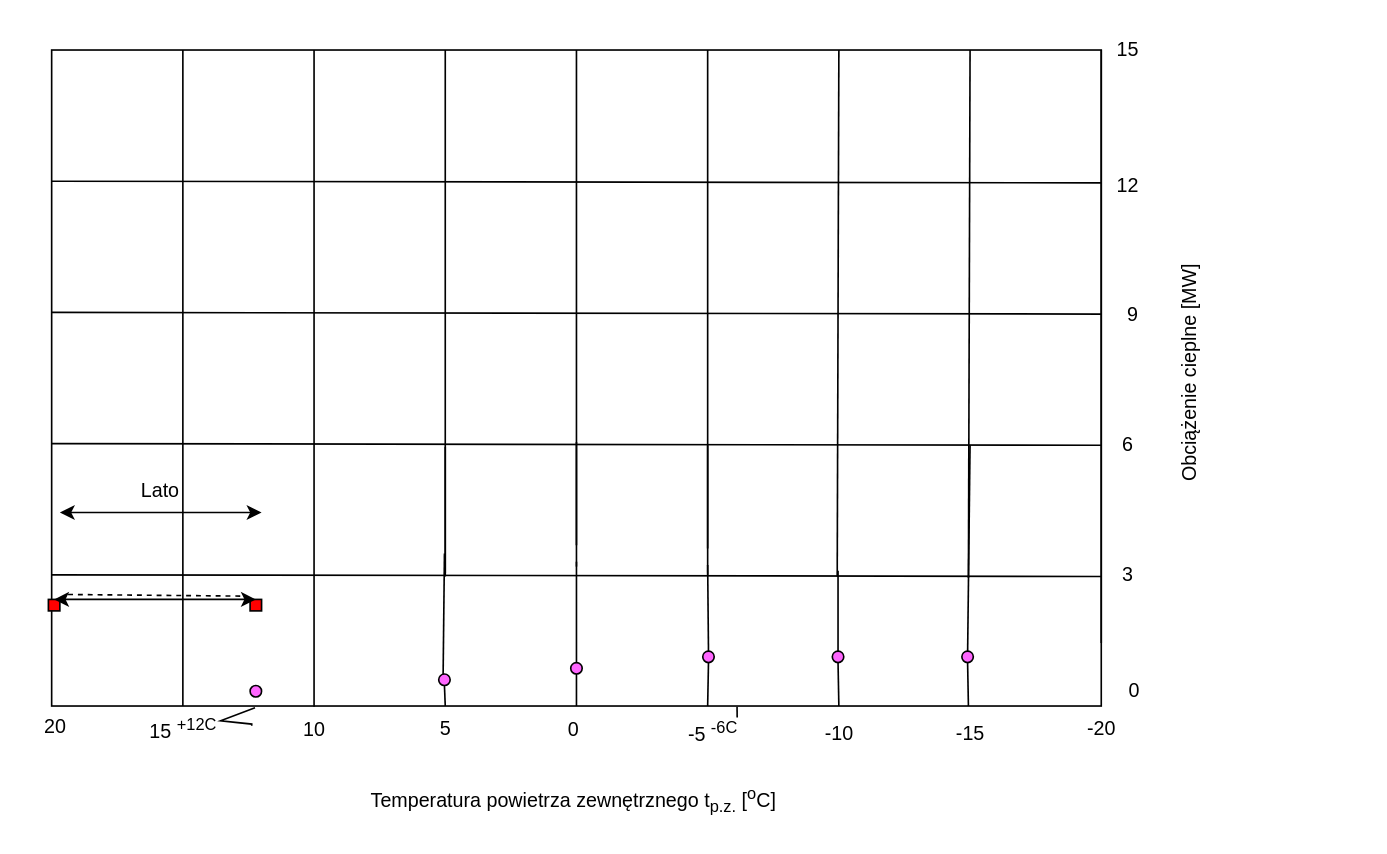
The draw.io diagram Cieplownictwo.drawio in Xeraoo/Diagrams_for_studying, before the edit. Source tidied: cells renumbered, new cells numbered last; positions are measured from the earlier drawing's top-left corner, leaving out a move shared by most shapes. Both pictures are drawn from the tidied source at 164%, with x=0, y=0 at pixel (28, 28).
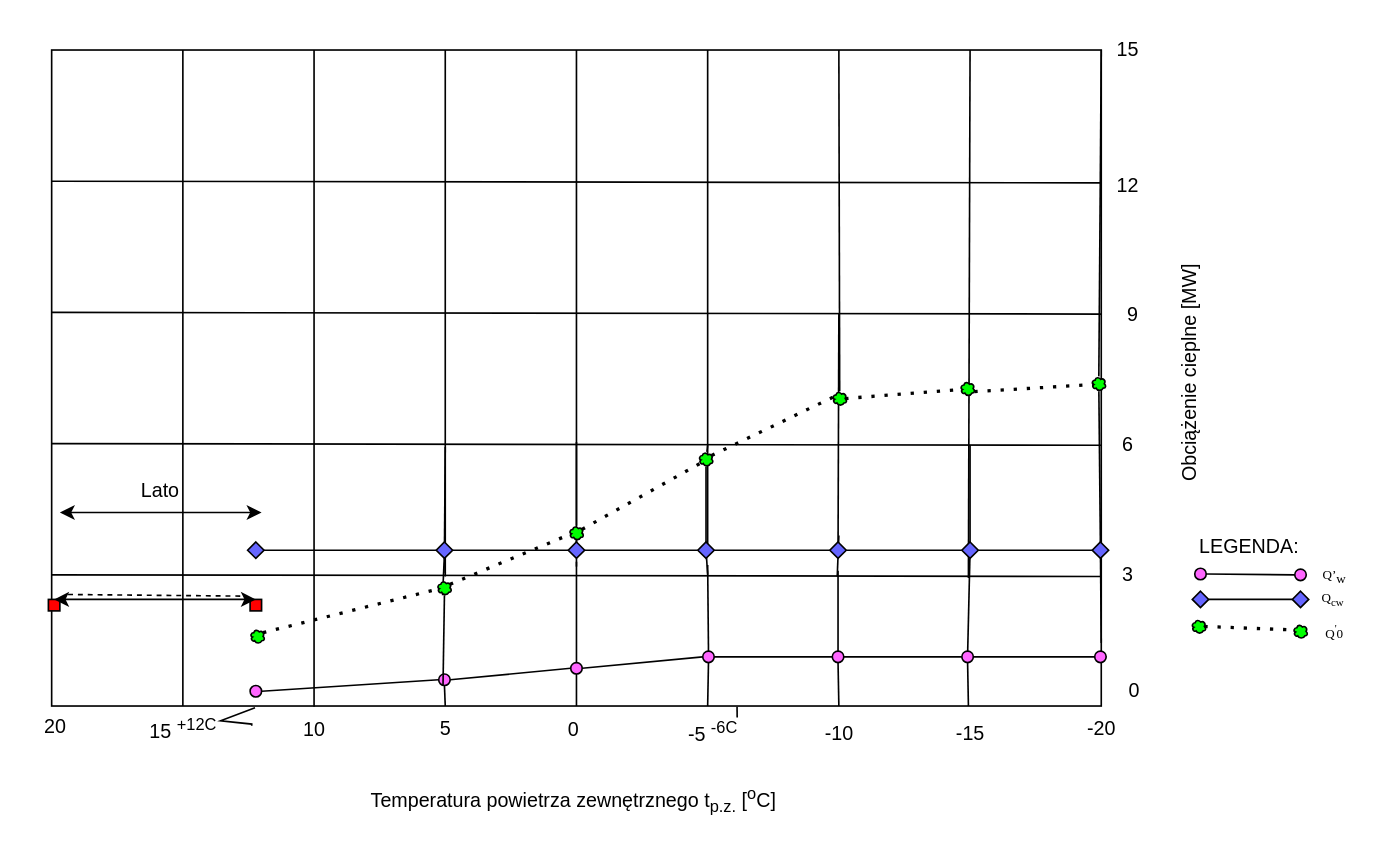
Above is the later version.

Unchanged cells that the change refers to:
```xml
<mxCell id="34" style="ellipse;whiteSpace=wrap;html=1;fillColor=#FF66FF;" parent="1" vertex="1">
  <mxGeometry x="135" y="400.5" width="7" height="7" as="geometry" />
</mxCell>
<mxCell id="44" style="ellipse;whiteSpace=wrap;html=1;fillColor=#FF66FF;" parent="1" vertex="1">
  <mxGeometry x="250" y="393.5" width="7" height="7" as="geometry" />
</mxCell>
<mxCell id="46" style="ellipse;whiteSpace=wrap;html=1;fillColor=#FF66FF;" parent="1" vertex="1">
  <mxGeometry x="330.5" y="386.5" width="7" height="7" as="geometry" />
</mxCell>
<mxCell id="48" style="ellipse;whiteSpace=wrap;html=1;fillColor=#FF66FF;" parent="1" vertex="1">
  <mxGeometry x="411" y="379.5" width="7" height="7" as="geometry" />
</mxCell>
<mxCell id="50" style="ellipse;whiteSpace=wrap;html=1;fillColor=#FF66FF;" parent="1" vertex="1">
  <mxGeometry x="490" y="379.5" width="7" height="7" as="geometry" />
</mxCell>
<mxCell id="52" style="ellipse;whiteSpace=wrap;html=1;fillColor=#FF66FF;" parent="1" vertex="1">
  <mxGeometry x="569" y="379.5" width="7" height="7" as="geometry" />
</mxCell>
```

Change to the diagram source:
```diff
@@
-    <mxCell id="8" style="endArrow=none;html=1;rounded=0;entryX=0.101;entryY=-0.008;entryDx=0;entryDy=0;entryPerimeter=0;" parent="1" edge="1">
+    <mxCell id="8" style="endArrow=none;html=1;rounded=0;entryX=0.101;entryY=-0.008;entryDx=0;entryDy=0;entryPerimeter=0;" parent="1" edge="1" source="102">
       <mxGeometry relative="1" as="geometry">
-        <mxPoint x="493" y="334" as="sourcePoint" />
         <mxPoint x="494" y="13" as="targetPoint" />
       </mxGeometry>
     </mxCell>
@@
-    <mxCell id="10" style="endArrow=none;html=1;rounded=0;" parent="1" edge="1">
+    <mxCell id="10" style="endArrow=none;html=1;rounded=0;" parent="1" edge="1" source="99">
       <mxGeometry relative="1" as="geometry">
-        <mxPoint x="654" y="374.5" as="sourcePoint" />
         <mxPoint x="654" y="13" as="targetPoint" />
       </mxGeometry>
     </mxCell>
@@
-    <mxCell id="35" style="endArrow=none;html=1;rounded=0;" parent="1" edge="1">
+    <mxCell id="35" style="endArrow=none;html=1;rounded=0;" parent="1" edge="1" source="82">
       <mxGeometry relative="1" as="geometry">
-        <mxPoint x="254" y="332" as="sourcePoint" />
         <mxPoint x="254" y="255" as="targetPoint" />
       </mxGeometry>
     </mxCell>
-    <mxCell id="36" style="endArrow=none;html=1;rounded=0;" parent="1" edge="1">
+    <mxCell id="36" style="endArrow=none;html=1;rounded=0;" parent="1" edge="1" source="106">
       <mxGeometry relative="1" as="geometry">
-        <mxPoint x="334" y="328" as="sourcePoint" />
         <mxPoint x="334" y="252" as="targetPoint" />
       </mxGeometry>
     </mxCell>
-    <mxCell id="37" style="endArrow=none;html=1;rounded=0;" parent="1" edge="1">
+    <mxCell id="37" style="endArrow=none;html=1;rounded=0;" parent="1" edge="1" source="104">
       <mxGeometry relative="1" as="geometry">
-        <mxPoint x="414" y="333" as="sourcePoint" />
         <mxPoint x="414" y="254" as="targetPoint" />
       </mxGeometry>
     </mxCell>
-    <mxCell id="38" style="endArrow=none;html=1;rounded=0;" parent="1" edge="1" source="52">
+    <mxCell id="38" style="endArrow=none;html=1;rounded=0;" parent="1" edge="1" source="74">
       <mxGeometry relative="1" as="geometry">
         <mxPoint x="574" y="254" as="targetPoint" />
       </mxGeometry>
     </mxCell>
-    <mxCell id="39" style="endArrow=none;html=1;rounded=0;exitX=0.375;exitY=1;exitDx=0;exitDy=0;exitPerimeter=0;" parent="1" edge="1" source="44">
+    <mxCell id="39" style="endArrow=none;html=1;rounded=0;exitX=0.375;exitY=1;exitDx=0;exitDy=0;exitPerimeter=0;" parent="1" edge="1" source="108">
       <mxGeometry relative="1" as="geometry">
         <mxPoint x="253.5" y="320" as="targetPoint" />
       </mxGeometry>
     </mxCell>
@@
+    <mxCell id="59" style="endArrow=none;html=1;rounded=0;exitX=1;exitY=0.5;exitDx=0;exitDy=0;entryX=0;entryY=0.5;entryDx=0;entryDy=0;" parent="1" edge="1" source="34" target="44">
+      <mxGeometry relative="1" as="geometry" />
+    </mxCell>
+    <mxCell id="60" style="endArrow=none;html=1;rounded=0;exitX=1;exitY=0.5;exitDx=0;exitDy=0;entryX=0;entryY=0.5;entryDx=0;entryDy=0;" parent="1" edge="1" source="44" target="46">
+      <mxGeometry relative="1" as="geometry" />
+    </mxCell>
+    <mxCell id="61" style="endArrow=none;html=1;rounded=0;exitX=1;exitY=0.5;exitDx=0;exitDy=0;entryX=0;entryY=0.5;entryDx=0;entryDy=0;" parent="1" edge="1" source="46" target="48">
+      <mxGeometry relative="1" as="geometry" />
+    </mxCell>
+    <mxCell id="62" style="endArrow=none;html=1;rounded=0;exitX=1;exitY=0.5;exitDx=0;exitDy=0;entryX=0;entryY=0.5;entryDx=0;entryDy=0;" parent="1" edge="1" source="48" target="50">
+      <mxGeometry relative="1" as="geometry" />
+    </mxCell>
+    <mxCell id="63" style="ellipse;whiteSpace=wrap;html=1;fillColor=#FF66FF;" parent="1" vertex="1">
+      <mxGeometry x="650" y="379.5" width="7" height="7" as="geometry" />
+    </mxCell>
+    <mxCell id="64" style="endArrow=none;html=1;rounded=0;exitX=1;exitY=0.5;exitDx=0;exitDy=0;entryX=0;entryY=0.5;entryDx=0;entryDy=0;" parent="1" edge="1" source="50" target="52">
+      <mxGeometry relative="1" as="geometry" />
+    </mxCell>
+    <mxCell id="65" style="endArrow=none;html=1;rounded=0;exitX=1;exitY=0.5;exitDx=0;exitDy=0;entryX=0;entryY=0.5;entryDx=0;entryDy=0;" parent="1" edge="1" source="52" target="63">
+      <mxGeometry relative="1" as="geometry" />
+    </mxCell>
+    <mxCell id="66" value="LEGENDA:" style="text;html=1;align=center;verticalAlign=middle;strokeColor=none;fillColor=none;" parent="1" vertex="1">
+      <mxGeometry x="704" y="303" width="79" height="26" as="geometry" />
+    </mxCell>
+    <mxCell id="67" style="ellipse;whiteSpace=wrap;html=1;fillColor=#FF66FF;" parent="1" vertex="1">
+      <mxGeometry x="711" y="329" width="7" height="7" as="geometry" />
+    </mxCell>
+    <mxCell id="68" style="ellipse;whiteSpace=wrap;html=1;fillColor=#FF66FF;" parent="1" vertex="1">
+      <mxGeometry x="772" y="329.5" width="7" height="7" as="geometry" />
+    </mxCell>
+    <mxCell id="69" style="endArrow=none;html=1;rounded=0;exitX=1;exitY=0.5;exitDx=0;exitDy=0;entryX=0;entryY=0.5;entryDx=0;entryDy=0;" parent="1" edge="1" source="67" target="68">
+      <mxGeometry relative="1" as="geometry" />
+    </mxCell>
+    <mxCell id="70" value="&lt;span style=&quot;font-size: 8px; font-family: &amp;quot;Times New Roman&amp;quot;; color: rgb(0, 0, 0); background-color: transparent; font-variant-numeric: normal; font-variant-east-asian: normal; font-variant-alternates: normal; vertical-align: baseline; --darkreader-inline-color:#e8e6e3; --darkreader-inline-bgcolor:transparent;&quot;&gt;Q’&lt;/span&gt;&lt;span style=&quot;font-size: 8px; font-family: &amp;quot;Times New Roman&amp;quot;; color: rgb(0, 0, 0); background-color: transparent; font-variant-numeric: normal; font-variant-east-asian: normal; font-variant-alternates: normal; --darkreader-inline-color:#e8e6e3; --darkreader-inline-bgcolor:transparent;&quot;&gt;&lt;sub style=&quot;font-size: 8px;&quot;&gt;w&lt;/sub&gt;&lt;/span&gt;&lt;span id=&quot;docs-internal-guid-cf39cb7c-7fff-1831-65c1-8d7ece0f6080&quot; style=&quot;font-size: 8px;&quot;&gt;&lt;/span&gt;" style="text;html=1;align=center;verticalAlign=middle;strokeColor=none;fillColor=none;fontSize=8;" parent="1" vertex="1">
+      <mxGeometry x="780" y="323" width="32" height="24" as="geometry" />
+    </mxCell>
+    <mxCell id="71" style="endArrow=none;html=1;rounded=0;" parent="1" edge="1" target="72">
+      <mxGeometry relative="1" as="geometry">
+        <mxPoint x="654" y="374.5" as="sourcePoint" />
+      </mxGeometry>
+    </mxCell>
+    <mxCell id="72" style="rhombus;whiteSpace=wrap;html=1;fillColor=#6666FF;" parent="1" vertex="1">
+      <mxGeometry x="648.5" y="313" width="10" height="10" as="geometry" />
+    </mxCell>
+    <mxCell id="73" style="endArrow=none;html=1;rounded=0;" parent="1" edge="1" source="52" target="74">
+      <mxGeometry relative="1" as="geometry" />
+    </mxCell>
+    <mxCell id="74" style="rhombus;whiteSpace=wrap;html=1;fillColor=#6666FF;" parent="1" vertex="1">
+      <mxGeometry x="569" y="313" width="10" height="10" as="geometry" />
+    </mxCell>
+    <mxCell id="75" style="endArrow=none;html=1;rounded=0;" parent="1" edge="1">
+      <mxGeometry relative="1" as="geometry">
+        <mxPoint x="493" y="334" as="sourcePoint" />
+        <mxPoint x="494" y="309" as="targetPoint" />
+      </mxGeometry>
+    </mxCell>
+    <mxCell id="76" style="rhombus;whiteSpace=wrap;html=1;fillColor=#6666FF;" parent="1" vertex="1">
+      <mxGeometry x="488.5" y="313" width="10" height="10" as="geometry" />
+    </mxCell>
+    <mxCell id="77" style="endArrow=none;html=1;rounded=0;" parent="1" edge="1" target="78">
+      <mxGeometry relative="1" as="geometry">
+        <mxPoint x="414" y="333" as="sourcePoint" />
+      </mxGeometry>
+    </mxCell>
+    <mxCell id="78" style="rhombus;whiteSpace=wrap;html=1;fillColor=#6666FF;" parent="1" vertex="1">
+      <mxGeometry x="408" y="313" width="10" height="10" as="geometry" />
+    </mxCell>
+    <mxCell id="79" style="endArrow=none;html=1;rounded=0;" parent="1" edge="1" target="80">
+      <mxGeometry relative="1" as="geometry">
+        <mxPoint x="334" y="328" as="sourcePoint" />
+      </mxGeometry>
+    </mxCell>
+    <mxCell id="80" style="rhombus;whiteSpace=wrap;html=1;fillColor=#6666FF;" parent="1" vertex="1">
+      <mxGeometry x="329" y="313" width="10" height="10" as="geometry" />
+    </mxCell>
+    <mxCell id="81" style="endArrow=none;html=1;rounded=0;" parent="1" edge="1" target="82">
+      <mxGeometry relative="1" as="geometry">
+        <mxPoint x="254" y="332" as="sourcePoint" />
+      </mxGeometry>
+    </mxCell>
+    <mxCell id="82" style="rhombus;whiteSpace=wrap;html=1;fillColor=#6666FF;" parent="1" vertex="1">
+      <mxGeometry x="248.5" y="313" width="10" height="10" as="geometry" />
+    </mxCell>
+    <mxCell id="83" style="rhombus;whiteSpace=wrap;html=1;fillColor=#6666FF;" parent="1" vertex="1">
+      <mxGeometry x="133.5" y="313" width="10" height="10" as="geometry" />
+    </mxCell>
+    <mxCell id="84" style="endArrow=none;html=1;rounded=0;exitX=1;exitY=0.5;exitDx=0;exitDy=0;entryX=0;entryY=0.5;entryDx=0;entryDy=0;" parent="1" edge="1" source="83" target="82">
+      <mxGeometry relative="1" as="geometry" />
+    </mxCell>
+    <mxCell id="85" style="endArrow=none;html=1;rounded=0;exitX=1;exitY=0.5;exitDx=0;exitDy=0;entryX=0;entryY=0.5;entryDx=0;entryDy=0;" parent="1" edge="1" source="82" target="80">
+      <mxGeometry relative="1" as="geometry" />
+    </mxCell>
+    <mxCell id="86" style="endArrow=none;html=1;rounded=0;exitX=1;exitY=0.5;exitDx=0;exitDy=0;entryX=0;entryY=0.5;entryDx=0;entryDy=0;" parent="1" edge="1" source="80" target="78">
+      <mxGeometry relative="1" as="geometry" />
+    </mxCell>
+    <mxCell id="87" style="endArrow=none;html=1;rounded=0;exitX=1;exitY=0.5;exitDx=0;exitDy=0;entryX=0;entryY=0.5;entryDx=0;entryDy=0;" parent="1" edge="1" source="78" target="76">
+      <mxGeometry relative="1" as="geometry" />
+    </mxCell>
+    <mxCell id="88" style="endArrow=none;html=1;rounded=0;exitX=1;exitY=0.5;exitDx=0;exitDy=0;entryX=0;entryY=0.5;entryDx=0;entryDy=0;" parent="1" edge="1" source="76" target="74">
+      <mxGeometry relative="1" as="geometry" />
+    </mxCell>
+    <mxCell id="89" style="endArrow=none;html=1;rounded=0;exitX=1;exitY=0.5;exitDx=0;exitDy=0;entryX=0;entryY=0.5;entryDx=0;entryDy=0;" parent="1" edge="1" source="74" target="72">
+      <mxGeometry relative="1" as="geometry" />
+    </mxCell>
+    <mxCell id="90" style="rhombus;whiteSpace=wrap;html=1;fillColor=#6666FF;" parent="1" vertex="1">
+      <mxGeometry x="709.5" y="343" width="10" height="10" as="geometry" />
+    </mxCell>
+    <mxCell id="91" style="rhombus;whiteSpace=wrap;html=1;fillColor=#6666FF;" parent="1" vertex="1">
+      <mxGeometry x="770.5" y="343" width="10" height="10" as="geometry" />
+    </mxCell>
+    <mxCell id="92" style="endArrow=none;html=1;rounded=0;exitX=1;exitY=0.5;exitDx=0;exitDy=0;entryX=0;entryY=0.5;entryDx=0;entryDy=0;" parent="1" edge="1" source="90" target="91">
+      <mxGeometry relative="1" as="geometry" />
+    </mxCell>
+    <mxCell id="93" value="&lt;font face=&quot;Times New Roman&quot;&gt;Q&lt;sub&gt;cw&lt;/sub&gt;&lt;/font&gt;" style="text;html=1;align=center;verticalAlign=middle;strokeColor=none;fillColor=none;fontSize=8;" parent="1" vertex="1">
+      <mxGeometry x="779" y="336" width="32" height="24" as="geometry" />
+    </mxCell>
+    <mxCell id="94" style="ellipse;shape=cloud;whiteSpace=wrap;html=1;fillColor=#00FF00;" parent="1" vertex="1">
+      <mxGeometry x="709" y="360" width="9" height="9" as="geometry" />
+    </mxCell>
+    <mxCell id="95" style="ellipse;shape=cloud;whiteSpace=wrap;html=1;fillColor=#00FF00;" parent="1" vertex="1">
+      <mxGeometry x="771" y="363" width="9" height="9" as="geometry" />
+    </mxCell>
+    <mxCell id="96" style="endArrow=none;dashed=1;html=1;dashPattern=1 3;strokeWidth=2;rounded=0;exitX=0.875;exitY=0.5;exitDx=0;exitDy=0;exitPerimeter=0;entryX=0.07;entryY=0.4;entryDx=0;entryDy=0;entryPerimeter=0;" parent="1" edge="1" source="94" target="95">
+      <mxGeometry relative="1" as="geometry" />
+    </mxCell>
+    <mxCell id="97" value="&lt;font face=&quot;Times New Roman&quot;&gt;Q&lt;sup&gt;'&lt;/sup&gt;0&lt;/font&gt;" style="text;html=1;align=center;verticalAlign=middle;strokeColor=none;fillColor=none;fontSize=8;" parent="1" vertex="1">
+      <mxGeometry x="781" y="355.5" width="29" height="24" as="geometry" />
+    </mxCell>
+    <mxCell id="98" style="endArrow=none;html=1;rounded=0;" parent="1" edge="1" source="72" target="99">
+      <mxGeometry relative="1" as="geometry" />
+    </mxCell>
+    <mxCell id="99" style="ellipse;shape=cloud;whiteSpace=wrap;html=1;fillColor=#00FF00;" parent="1" vertex="1">
+      <mxGeometry x="648" y="212" width="9" height="9" as="geometry" />
+    </mxCell>
+    <mxCell id="100" style="ellipse;shape=cloud;whiteSpace=wrap;html=1;fillColor=#00FF00;" parent="1" vertex="1">
+      <mxGeometry x="568" y="215" width="9" height="9" as="geometry" />
+    </mxCell>
+    <mxCell id="101" style="endArrow=none;html=1;rounded=0;" parent="1" edge="1" source="76">
+      <mxGeometry relative="1" as="geometry">
+        <mxPoint x="494" y="174" as="targetPoint" />
+      </mxGeometry>
+    </mxCell>
+    <mxCell id="102" style="ellipse;shape=cloud;whiteSpace=wrap;html=1;fillColor=#00FF00;" parent="1" vertex="1">
+      <mxGeometry x="490" y="221" width="9" height="9" as="geometry" />
+    </mxCell>
+    <mxCell id="103" style="endArrow=none;html=1;rounded=0;" parent="1" edge="1" source="78" target="104">
+      <mxGeometry relative="1" as="geometry" />
+    </mxCell>
+    <mxCell id="104" style="ellipse;shape=cloud;whiteSpace=wrap;html=1;fillColor=#00FF00;" parent="1" vertex="1">
+      <mxGeometry x="408.5" y="258" width="9" height="9" as="geometry" />
+    </mxCell>
+    <mxCell id="105" style="endArrow=none;html=1;rounded=0;" parent="1" edge="1" source="80" target="106">
+      <mxGeometry relative="1" as="geometry" />
+    </mxCell>
+    <mxCell id="106" style="ellipse;shape=cloud;whiteSpace=wrap;html=1;fillColor=#00FF00;" parent="1" vertex="1">
+      <mxGeometry x="329.5" y="303" width="9" height="9" as="geometry" />
+    </mxCell>
+    <mxCell id="107" style="endArrow=none;html=1;rounded=0;exitX=0.375;exitY=1;exitDx=0;exitDy=0;exitPerimeter=0;" parent="1" edge="1" source="44" target="108">
+      <mxGeometry relative="1" as="geometry" />
+    </mxCell>
+    <mxCell id="108" style="ellipse;shape=cloud;whiteSpace=wrap;html=1;fillColor=#00FF00;" parent="1" vertex="1">
+      <mxGeometry x="249" y="336.5" width="9" height="9" as="geometry" />
+    </mxCell>
+    <mxCell id="109" style="ellipse;shape=cloud;whiteSpace=wrap;html=1;fillColor=#00FF00;" parent="1" vertex="1">
+      <mxGeometry x="135" y="366" width="9" height="9" as="geometry" />
+    </mxCell>
+    <mxCell id="110" style="endArrow=none;dashed=1;html=1;dashPattern=1 3;strokeWidth=2;rounded=0;exitX=0.88;exitY=0.25;exitDx=0;exitDy=0;exitPerimeter=0;entryX=0.16;entryY=0.55;entryDx=0;entryDy=0;entryPerimeter=0;" parent="1" edge="1" source="109" target="108">
+      <mxGeometry relative="1" as="geometry" />
+    </mxCell>
+    <mxCell id="111" style="endArrow=none;dashed=1;html=1;dashPattern=1 3;strokeWidth=2;rounded=0;exitX=0.88;exitY=0.25;exitDx=0;exitDy=0;exitPerimeter=0;entryX=0.16;entryY=0.55;entryDx=0;entryDy=0;entryPerimeter=0;" parent="1" edge="1" source="108" target="106">
+      <mxGeometry relative="1" as="geometry" />
+    </mxCell>
+    <mxCell id="112" style="endArrow=none;dashed=1;html=1;dashPattern=1 3;strokeWidth=2;rounded=0;exitX=0.88;exitY=0.25;exitDx=0;exitDy=0;exitPerimeter=0;entryX=0.13;entryY=0.77;entryDx=0;entryDy=0;entryPerimeter=0;" parent="1" edge="1" source="106" target="104">
+      <mxGeometry relative="1" as="geometry" />
+    </mxCell>
+    <mxCell id="113" style="endArrow=none;dashed=1;html=1;dashPattern=1 3;strokeWidth=2;rounded=0;exitX=0.88;exitY=0.25;exitDx=0;exitDy=0;exitPerimeter=0;entryX=0.07;entryY=0.4;entryDx=0;entryDy=0;entryPerimeter=0;" parent="1" edge="1" source="104" target="102">
+      <mxGeometry relative="1" as="geometry" />
+    </mxCell>
+    <mxCell id="114" style="endArrow=none;dashed=1;html=1;dashPattern=1 3;strokeWidth=2;rounded=0;exitX=0.875;exitY=0.5;exitDx=0;exitDy=0;exitPerimeter=0;entryX=0.16;entryY=0.55;entryDx=0;entryDy=0;entryPerimeter=0;" parent="1" edge="1" source="102" target="100">
+      <mxGeometry relative="1" as="geometry" />
+    </mxCell>
+    <mxCell id="115" style="endArrow=none;dashed=1;html=1;dashPattern=1 3;strokeWidth=2;rounded=0;entryX=0.16;entryY=0.55;entryDx=0;entryDy=0;entryPerimeter=0;exitX=0.96;exitY=0.7;exitDx=0;exitDy=0;exitPerimeter=0;" parent="1" edge="1" source="100" target="99">
+      <mxGeometry relative="1" as="geometry" />
+    </mxCell>
```
